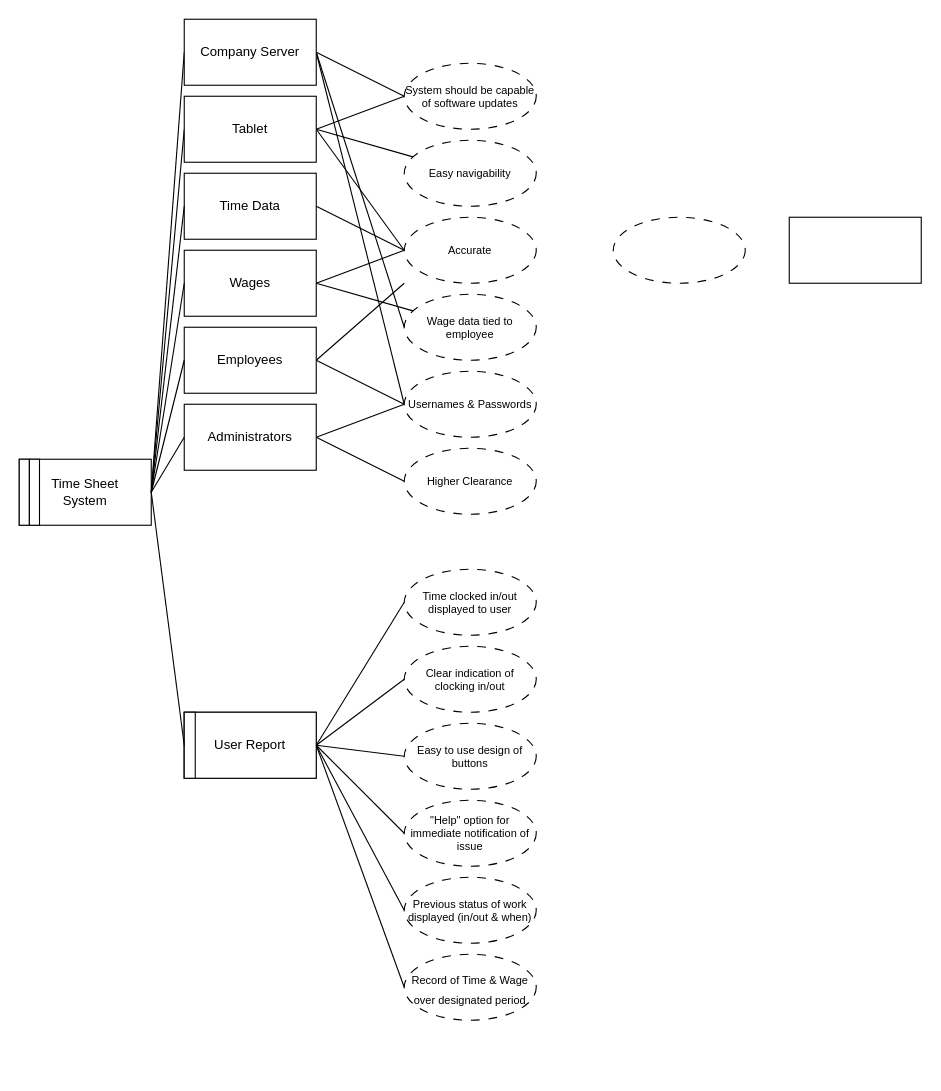
alexpeters25/CYBR-404 keeps this draw.io diagram as Assignments/Problem Frame.drawio. Above is the earlier version. Source tidied: cells renumbered, new cells numbered last; positions are measured from the earlier drawing's top-left corner, leaving out a move shared by most shapes. Both pictures are drawn from the tidied source at 110%, with x=0, y=0 at pixel (19, 19).
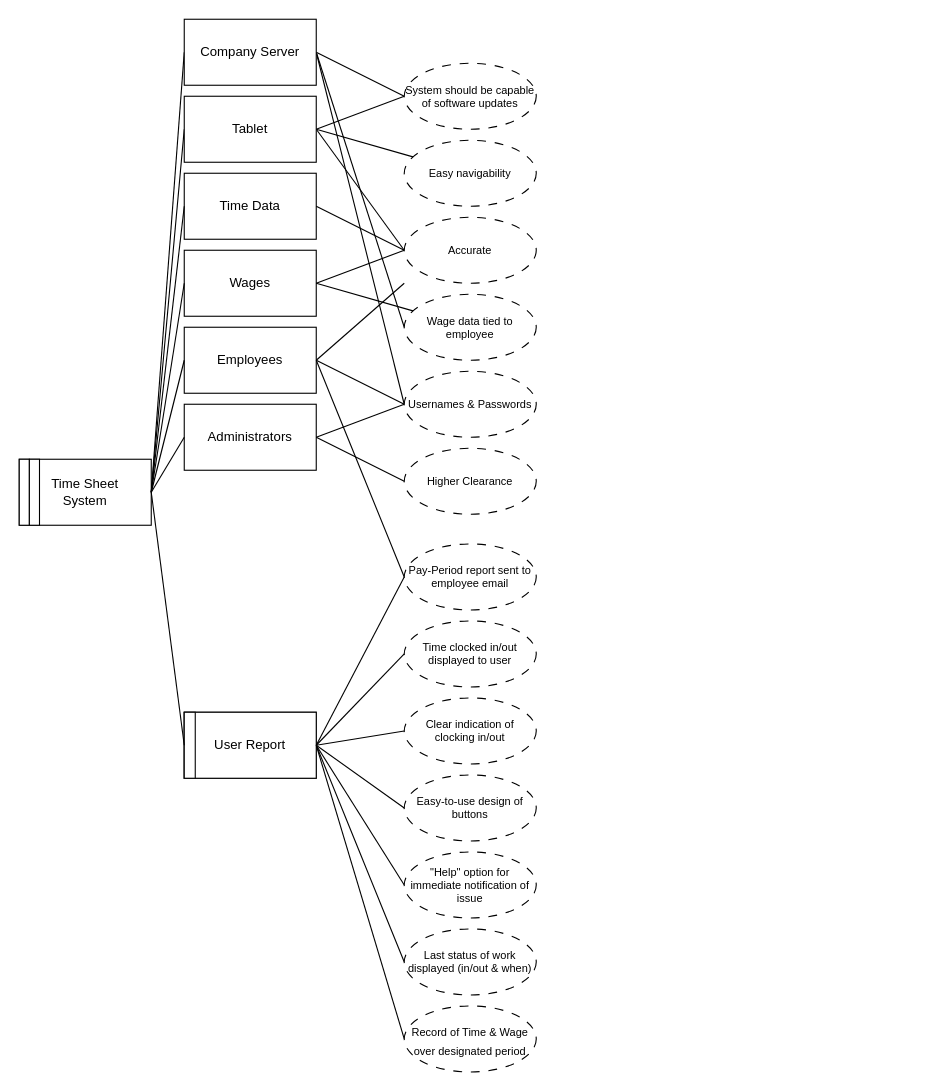
The same diagram, later.

The change refers to these unchanged cells:
```xml
<mxCell id="3" value="User Report" style="rounded=0;whiteSpace=wrap;html=1;strokeColor=default;" parent="2" vertex="1">
  <mxGeometry width="120" height="60" as="geometry" />
</mxCell>
<mxCell id="10" value="Employees" style="rounded=0;whiteSpace=wrap;html=1;strokeColor=default;" parent="1" vertex="1">
  <mxGeometry x="150" y="280" width="120" height="60" as="geometry" />
</mxCell>
```

Change to the diagram source:
```diff
@@
-    <mxCell id="12" style="rounded=0;whiteSpace=wrap;html=1;" parent="1" vertex="1">
-      <mxGeometry x="700" y="180" width="120" height="60" as="geometry" />
-    </mxCell>
@@
-    <mxCell id="14" style="ellipse;whiteSpace=wrap;html=1;dashed=1;dashPattern=8 8;" parent="1" vertex="1">
-      <mxGeometry x="540" y="180" width="120" height="60" as="geometry" />
-    </mxCell>
@@
-    <mxCell id="18" value="&lt;font&gt;Previous status of work displayed (in/out &amp;amp; when)&lt;/font&gt;" style="ellipse;whiteSpace=wrap;html=1;dashed=1;dashPattern=8 8;strokeColor=default;fontSize=10;" parent="1" vertex="1">
-      <mxGeometry x="350" y="780" width="120" height="60" as="geometry" />
+    <mxCell id="18" value="&lt;font&gt;Last status of work displayed (in/out &amp;amp; when)&lt;/font&gt;" style="ellipse;whiteSpace=wrap;html=1;dashed=1;dashPattern=8 8;strokeColor=default;fontSize=10;" parent="1" vertex="1">
+      <mxGeometry x="350" y="827" width="120" height="60" as="geometry" />
     </mxCell>
@@
     <mxCell id="20" value="&quot;Help&quot; option for immediate notification of issue" style="ellipse;whiteSpace=wrap;html=1;dashed=1;dashPattern=8 8;fontSize=10;strokeColor=default;" parent="1" vertex="1">
-      <mxGeometry x="350" y="710" width="120" height="60" as="geometry" />
+      <mxGeometry x="350" y="757" width="120" height="60" as="geometry" />
     </mxCell>
@@
     <mxCell id="22" value="Time clocked in/out displayed to user " style="ellipse;whiteSpace=wrap;html=1;dashed=1;dashPattern=8 8;fontSize=10;strokeColor=default;" parent="1" vertex="1">
-      <mxGeometry x="350" y="500" width="120" height="60" as="geometry" />
+      <mxGeometry x="350" y="547" width="120" height="60" as="geometry" />
     </mxCell>
@@
     <mxCell id="24" value="Clear indication of clocking in/out" style="ellipse;whiteSpace=wrap;html=1;dashed=1;dashPattern=8 8;fontSize=10;strokeColor=default;" parent="1" vertex="1">
-      <mxGeometry x="350" y="570" width="120" height="60" as="geometry" />
+      <mxGeometry x="350" y="617" width="120" height="60" as="geometry" />
     </mxCell>
@@
-    <mxCell id="26" value="Easy to use design of buttons" style="ellipse;whiteSpace=wrap;html=1;dashed=1;dashPattern=8 8;fontSize=10;strokeColor=default;" parent="1" vertex="1">
-      <mxGeometry x="350" y="640" width="120" height="60" as="geometry" />
+    <mxCell id="26" value="Easy-to-use design of buttons" style="ellipse;whiteSpace=wrap;html=1;dashed=1;dashPattern=8 8;fontSize=10;strokeColor=default;" parent="1" vertex="1">
+      <mxGeometry x="350" y="687" width="120" height="60" as="geometry" />
     </mxCell>
@@
     <mxCell id="54" value="&lt;sub&gt;Record of Time &amp;amp; Wage over designated period&lt;br&gt;&lt;/sub&gt;" style="ellipse;whiteSpace=wrap;html=1;dashed=1;dashPattern=8 8;" parent="1" vertex="1">
-      <mxGeometry x="350" y="850" width="120" height="60" as="geometry" />
+      <mxGeometry x="350" y="897" width="120" height="60" as="geometry" />
     </mxCell>
+    <mxCell id="55" style="edgeStyle=none;shape=connector;rounded=0;jettySize=auto;html=1;exitX=0;exitY=0.5;exitDx=0;exitDy=0;entryX=1;entryY=0.5;entryDx=0;entryDy=0;strokeColor=default;align=center;verticalAlign=middle;fontFamily=Helvetica;fontSize=11;fontColor=default;labelBackgroundColor=default;startFill=0;endArrow=none;" parent="1" edge="1" source="57" target="3">
+      <mxGeometry relative="1" as="geometry" />
+    </mxCell>
+    <mxCell id="56" style="edgeStyle=none;shape=connector;rounded=0;jettySize=auto;html=1;exitX=0;exitY=0.5;exitDx=0;exitDy=0;entryX=1;entryY=0.5;entryDx=0;entryDy=0;strokeColor=default;align=center;verticalAlign=middle;fontFamily=Helvetica;fontSize=11;fontColor=default;labelBackgroundColor=default;startFill=0;endArrow=none;" parent="1" edge="1" source="57" target="10">
+      <mxGeometry relative="1" as="geometry" />
+    </mxCell>
+    <mxCell id="57" value="Pay-Period report sent to employee email" style="ellipse;whiteSpace=wrap;html=1;dashed=1;dashPattern=8 8;fontSize=10;" parent="1" vertex="1">
+      <mxGeometry x="350" y="477" width="120" height="60" as="geometry" />
+    </mxCell>
```
